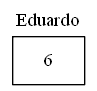
Earlier version of the Graphviz export imagenes/puntajeporjugador.png (RoberttHernan/EDD_1S2020_PY1_201700870). Its source is kept beside it as dot_s/puntajeporjugador.dot.
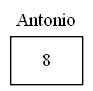
Above is the later version.

What changed in the source:
```diff
@@ -1,7 +1,7 @@
 digraph G {
 rankdir = LR;
  node[shape = record];
-6;
-label ="Eduardo";
+8;
+label ="Antonio";
 labelloc ="t";
  }
```
